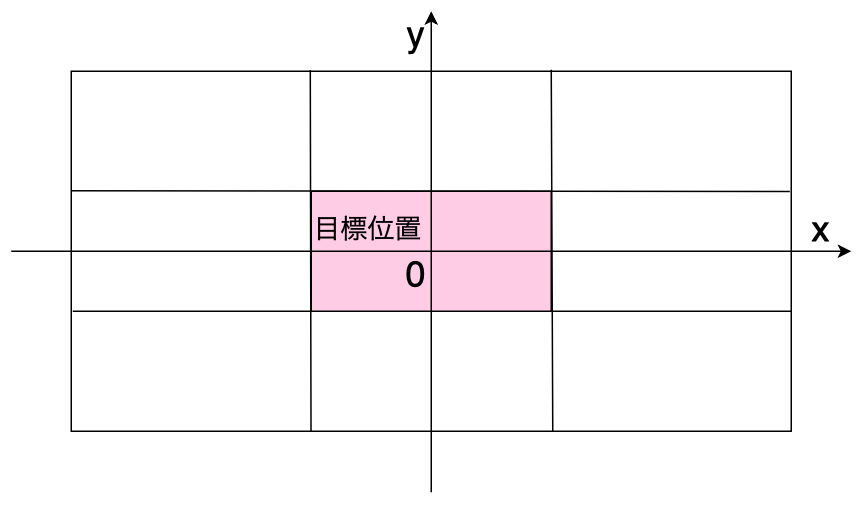
The draw.io diagram images/kawarobo/zahyou.drawio.png in yaotaim/kawarobo.github.io, before a commit. Source tidied: cells renumbered, new cells last; positions are measured from the earlier drawing's top-left corner, leaving out a move shared by most shapes. Source of this version:
```xml
<mxGraphModel>
  <root>
    <mxCell id="0" />
    <mxCell id="1" parent="0" />
    <mxCell id="2" style="rounded=0;whiteSpace=wrap;html=1;" parent="1" vertex="1">
      <mxGeometry x="40" y="40" width="480" height="240" as="geometry" />
    </mxCell>
    <mxCell id="3" style="endArrow=none;html=1;rounded=0;entryX=0.332;entryY=-0.003;entryDx=0;entryDy=0;exitX=0.333;exitY=1.001;exitDx=0;exitDy=0;entryPerimeter=0;exitPerimeter=0;" parent="1" edge="1" source="2" target="2">
      <mxGeometry relative="1" as="geometry" />
    </mxCell>
    <mxCell id="4" style="endArrow=none;html=1;rounded=0;entryX=0.332;entryY=-0.003;entryDx=0;entryDy=0;exitX=0.333;exitY=1.001;exitDx=0;exitDy=0;entryPerimeter=0;exitPerimeter=0;" parent="1" edge="1">
      <mxGeometry relative="1" as="geometry">
        <mxPoint x="361" y="280" as="sourcePoint" />
        <mxPoint x="360" y="39" as="targetPoint" />
      </mxGeometry>
    </mxCell>
    <mxCell id="5" style="endArrow=none;html=1;rounded=0;entryX=0.998;entryY=0.334;entryDx=0;entryDy=0;entryPerimeter=0;exitX=0;exitY=0.332;exitDx=0;exitDy=0;exitPerimeter=0;" parent="1" edge="1" source="2" target="2">
      <mxGeometry relative="1" as="geometry" />
    </mxCell>
    <mxCell id="6" style="endArrow=none;html=1;rounded=0;entryX=0.998;entryY=0.334;entryDx=0;entryDy=0;entryPerimeter=0;exitX=0;exitY=0.332;exitDx=0;exitDy=0;exitPerimeter=0;" parent="1" edge="1">
      <mxGeometry relative="1" as="geometry">
        <mxPoint x="41" y="200" as="sourcePoint" />
        <mxPoint x="520" y="200" as="targetPoint" />
      </mxGeometry>
    </mxCell>
    <mxCell id="7" style="rounded=0;whiteSpace=wrap;html=1;fillColor=#FFCCE6;" parent="1" vertex="1">
      <mxGeometry x="200" y="120" width="160" height="80" as="geometry" />
    </mxCell>
    <mxCell id="8" style="endArrow=classic;html=1;rounded=0;" parent="1" edge="1">
      <mxGeometry relative="1" as="geometry">
        <mxPoint y="160" as="sourcePoint" />
        <mxPoint x="560" y="160" as="targetPoint" />
      </mxGeometry>
    </mxCell>
    <mxCell id="9" style="endArrow=classic;html=1;rounded=0;" parent="1" edge="1">
      <mxGeometry relative="1" as="geometry">
        <mxPoint x="280" y="320.7" as="sourcePoint" />
        <mxPoint x="280" as="targetPoint" />
      </mxGeometry>
    </mxCell>
    <mxCell id="10" value="&lt;font style=&quot;font-size: 24px;&quot;&gt;0&lt;/font&gt;" style="text;html=1;align=center;verticalAlign=middle;whiteSpace=wrap;rounded=0;" parent="1" vertex="1">
      <mxGeometry x="240" y="160" width="60" height="30" as="geometry" />
    </mxCell>
    <mxCell id="11" value="&lt;font style=&quot;font-size: 18px;&quot;&gt;目標位置&lt;/font&gt;" style="text;html=1;align=center;verticalAlign=middle;whiteSpace=wrap;rounded=0;" parent="1" vertex="1">
      <mxGeometry x="183" y="130" width="110" height="30" as="geometry" />
    </mxCell>
    <mxCell id="12" value="&lt;font style=&quot;font-size: 24px;&quot;&gt;x&lt;/font&gt;" style="text;html=1;align=center;verticalAlign=middle;whiteSpace=wrap;rounded=0;" parent="1" vertex="1">
      <mxGeometry x="510" y="130" width="60" height="30" as="geometry" />
    </mxCell>
    <mxCell id="13" value="&lt;font style=&quot;font-size: 24px;&quot;&gt;y&lt;/font&gt;" style="text;html=1;align=center;verticalAlign=middle;whiteSpace=wrap;rounded=0;" parent="1" vertex="1">
      <mxGeometry x="240" width="60" height="30" as="geometry" />
    </mxCell>
  </root>
</mxGraphModel>
```
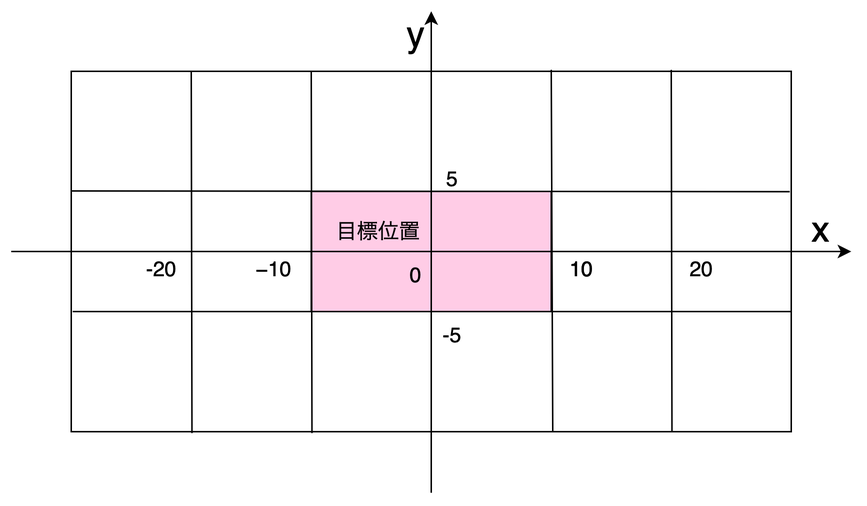
After the change.

Change to the diagram source:
```diff
@@ -2,47 +2,50 @@
   <root>
     <mxCell id="0" />
     <mxCell id="1" parent="0" />
-    <mxCell id="2" style="rounded=0;whiteSpace=wrap;html=1;" parent="1" vertex="1">
-      <mxGeometry x="40" y="40" width="480" height="240" as="geometry" />
-    </mxCell>
-    <mxCell id="3" style="endArrow=none;html=1;rounded=0;entryX=0.332;entryY=-0.003;entryDx=0;entryDy=0;exitX=0.333;exitY=1.001;exitDx=0;exitDy=0;entryPerimeter=0;exitPerimeter=0;" parent="1" edge="1" source="2" target="2">
-      <mxGeometry relative="1" as="geometry" />
-    </mxCell>
-    <mxCell id="4" style="endArrow=none;html=1;rounded=0;entryX=0.332;entryY=-0.003;entryDx=0;entryDy=0;exitX=0.333;exitY=1.001;exitDx=0;exitDy=0;entryPerimeter=0;exitPerimeter=0;" parent="1" edge="1">
-      <mxGeometry relative="1" as="geometry">
-        <mxPoint x="361" y="280" as="sourcePoint" />
-        <mxPoint x="360" y="39" as="targetPoint" />
-      </mxGeometry>
-    </mxCell>
-    <mxCell id="5" style="endArrow=none;html=1;rounded=0;entryX=0.998;entryY=0.334;entryDx=0;entryDy=0;entryPerimeter=0;exitX=0;exitY=0.332;exitDx=0;exitDy=0;exitPerimeter=0;" parent="1" edge="1" source="2" target="2">
-      <mxGeometry relative="1" as="geometry" />
-    </mxCell>
-    <mxCell id="6" style="endArrow=none;html=1;rounded=0;entryX=0.998;entryY=0.334;entryDx=0;entryDy=0;entryPerimeter=0;exitX=0;exitY=0.332;exitDx=0;exitDy=0;exitPerimeter=0;" parent="1" edge="1">
-      <mxGeometry relative="1" as="geometry">
-        <mxPoint x="41" y="200" as="sourcePoint" />
-        <mxPoint x="520" y="200" as="targetPoint" />
-      </mxGeometry>
-    </mxCell>
-    <mxCell id="7" style="rounded=0;whiteSpace=wrap;html=1;fillColor=#FFCCE6;" parent="1" vertex="1">
-      <mxGeometry x="200" y="120" width="160" height="80" as="geometry" />
-    </mxCell>
-    <mxCell id="8" style="endArrow=classic;html=1;rounded=0;" parent="1" edge="1">
-      <mxGeometry relative="1" as="geometry">
-        <mxPoint y="160" as="sourcePoint" />
-        <mxPoint x="560" y="160" as="targetPoint" />
-      </mxGeometry>
-    </mxCell>
-    <mxCell id="9" style="endArrow=classic;html=1;rounded=0;" parent="1" edge="1">
-      <mxGeometry relative="1" as="geometry">
-        <mxPoint x="280" y="320.7" as="sourcePoint" />
-        <mxPoint x="280" as="targetPoint" />
-      </mxGeometry>
-    </mxCell>
+    <mxCell id="14" style="rounded=0;whiteSpace=wrap;html=1;" parent="1" vertex="1">
+      <mxGeometry x="40" y="40" width="480" height="240" as="geometry" />
+    </mxCell>
+    <mxCell id="15" style="endArrow=none;html=1;rounded=0;entryX=0.332;entryY=-0.003;entryDx=0;entryDy=0;exitX=0.333;exitY=1.001;exitDx=0;exitDy=0;entryPerimeter=0;exitPerimeter=0;" parent="1" edge="1">
+      <mxGeometry relative="1" as="geometry">
+        <mxPoint x="120.5" y="281" as="sourcePoint" />
+        <mxPoint x="120" y="40" as="targetPoint" />
+      </mxGeometry>
+    </mxCell>
+    <mxCell id="16" style="endArrow=none;html=1;rounded=0;entryX=0.332;entryY=-0.003;entryDx=0;entryDy=0;exitX=0.333;exitY=1.001;exitDx=0;exitDy=0;entryPerimeter=0;exitPerimeter=0;" parent="1" edge="1">
+      <mxGeometry relative="1" as="geometry">
+        <mxPoint x="361" y="280" as="sourcePoint" />
+        <mxPoint x="360" y="39" as="targetPoint" />
+      </mxGeometry>
+    </mxCell>
+    <mxCell id="17" style="endArrow=none;html=1;rounded=0;entryX=0.998;entryY=0.334;entryDx=0;entryDy=0;entryPerimeter=0;exitX=0;exitY=0.332;exitDx=0;exitDy=0;exitPerimeter=0;" parent="1" edge="1" source="14" target="14">
+      <mxGeometry relative="1" as="geometry" />
+    </mxCell>
+    <mxCell id="18" style="endArrow=none;html=1;rounded=0;entryX=0.998;entryY=0.334;entryDx=0;entryDy=0;entryPerimeter=0;exitX=0;exitY=0.332;exitDx=0;exitDy=0;exitPerimeter=0;" parent="1" edge="1">
+      <mxGeometry relative="1" as="geometry">
+        <mxPoint x="41" y="200" as="sourcePoint" />
+        <mxPoint x="520" y="200" as="targetPoint" />
+      </mxGeometry>
+    </mxCell>
+    <mxCell id="19" style="rounded=0;whiteSpace=wrap;html=1;fillColor=#FFCCE6;" parent="1" vertex="1">
+      <mxGeometry x="200" y="120" width="160" height="80" as="geometry" />
+    </mxCell>
+    <mxCell id="20" style="endArrow=classic;html=1;rounded=0;" parent="1" edge="1">
+      <mxGeometry relative="1" as="geometry">
+        <mxPoint y="160" as="sourcePoint" />
+        <mxPoint x="560" y="160" as="targetPoint" />
+      </mxGeometry>
+    </mxCell>
+    <mxCell id="21" style="endArrow=classic;html=1;rounded=0;" parent="1" edge="1">
+      <mxGeometry relative="1" as="geometry">
+        <mxPoint x="280" y="320.7" as="sourcePoint" />
+        <mxPoint x="280" as="targetPoint" />
+      </mxGeometry>
+    </mxCell>
-    <mxCell id="10" value="&lt;font style=&quot;font-size: 24px;&quot;&gt;0&lt;/font&gt;" style="text;html=1;align=center;verticalAlign=middle;whiteSpace=wrap;rounded=0;" parent="1" vertex="1">
+    <mxCell id="10" value="&lt;font style=&quot;font-size: 14px;&quot;&gt;0&lt;/font&gt;" style="text;html=1;align=center;verticalAlign=middle;whiteSpace=wrap;rounded=0;" parent="1" vertex="1">
       <mxGeometry x="240" y="160" width="60" height="30" as="geometry" />
     </mxCell>
-    <mxCell id="11" value="&lt;font style=&quot;font-size: 18px;&quot;&gt;目標位置&lt;/font&gt;" style="text;html=1;align=center;verticalAlign=middle;whiteSpace=wrap;rounded=0;" parent="1" vertex="1">
-      <mxGeometry x="183" y="130" width="110" height="30" as="geometry" />
+    <mxCell id="11" value="&lt;font style=&quot;font-size: 14px;&quot;&gt;目標位置&lt;/font&gt;" style="text;html=1;align=center;verticalAlign=middle;whiteSpace=wrap;rounded=0;" parent="1" vertex="1">
+      <mxGeometry x="190" y="131" width="110" height="30" as="geometry" />
     </mxCell>
     <mxCell id="12" value="&lt;font style=&quot;font-size: 24px;&quot;&gt;x&lt;/font&gt;" style="text;html=1;align=center;verticalAlign=middle;whiteSpace=wrap;rounded=0;" parent="1" vertex="1">
       <mxGeometry x="510" y="130" width="60" height="30" as="geometry" />
@@ -50,5 +53,38 @@
     <mxCell id="13" value="&lt;font style=&quot;font-size: 24px;&quot;&gt;y&lt;/font&gt;" style="text;html=1;align=center;verticalAlign=middle;whiteSpace=wrap;rounded=0;" parent="1" vertex="1">
       <mxGeometry x="240" width="60" height="30" as="geometry" />
     </mxCell>
+    <mxCell id="22" style="endArrow=none;html=1;rounded=0;entryX=0.332;entryY=-0.003;entryDx=0;entryDy=0;exitX=0.333;exitY=1.001;exitDx=0;exitDy=0;entryPerimeter=0;exitPerimeter=0;" parent="1" edge="1">
+      <mxGeometry relative="1" as="geometry">
+        <mxPoint x="200.5" y="281" as="sourcePoint" />
+        <mxPoint x="200" y="40" as="targetPoint" />
+      </mxGeometry>
+    </mxCell>
+    <mxCell id="23" style="endArrow=none;html=1;rounded=0;entryX=0.332;entryY=-0.003;entryDx=0;entryDy=0;exitX=0.333;exitY=1.001;exitDx=0;exitDy=0;entryPerimeter=0;exitPerimeter=0;" parent="1" edge="1">
+      <mxGeometry relative="1" as="geometry">
+        <mxPoint x="440.5" y="280" as="sourcePoint" />
+        <mxPoint x="440" y="39" as="targetPoint" />
+      </mxGeometry>
+    </mxCell>
+    <mxCell id="24" value="&lt;font style=&quot;font-size: 14px;&quot;&gt;−10&lt;/font&gt;" style="text;html=1;align=center;verticalAlign=middle;strokeColor=none;fillColor=none;" parent="1" vertex="1">
+      <mxGeometry x="150" y="156" width="50" height="30" as="geometry" />
+    </mxCell>
+    <mxCell id="25" value="&lt;font style=&quot;font-size: 14px;&quot;&gt;-20&lt;/font&gt;" style="text;html=1;align=center;verticalAlign=middle;strokeColor=none;fillColor=none;" parent="1" vertex="1">
+      <mxGeometry x="80" y="156" width="40" height="30" as="geometry" />
+    </mxCell>
+    <mxCell id="26" value="&lt;font style=&quot;font-size: 14px;&quot;&gt;10&lt;/font&gt;" style="text;html=1;align=center;verticalAlign=middle;strokeColor=none;fillColor=none;" parent="1" vertex="1">
+      <mxGeometry x="360" y="156" width="40" height="30" as="geometry" />
+    </mxCell>
+    <mxCell id="27" value="&lt;font style=&quot;font-size: 14px;&quot;&gt;20&lt;/font&gt;" style="text;html=1;align=center;verticalAlign=middle;strokeColor=none;fillColor=none;" parent="1" vertex="1">
+      <mxGeometry x="440" y="156" width="40" height="30" as="geometry" />
+    </mxCell>
+    <mxCell id="28" value="&lt;font style=&quot;font-size: 14px;&quot;&gt;5&lt;/font&gt;&lt;span style=&quot;caret-color: rgba(0, 0, 0, 0); color: rgba(0, 0, 0, 0); font-family: monospace; font-size: 0px; text-align: start;&quot;&gt;%3CmxGraphModel%3E%3Croot%3E%3CmxCell%20id%3D%220%22%2F%3E%3CmxCell%20id%3D%221%22%20parent%3D%220%22%2F%3E%3CmxCell%20id%3D%222%22%20value%3D%22%26lt%3Bfont%20style%3D%26quot%3Bfont-size%3A%2014px%3B%26quot%3B%26gt%3B10%26lt%3B%2Ffont%26gt%3B%22%20style%3D%22text%3Bhtml%3D1%3Balign%3Dcenter%3BverticalAlign%3Dmiddle%3Bresizable%3D0%3Bpoints%3D%5B%5D%3Bautosize%3D1%3BstrokeColor%3Dnone%3BfillColor%3Dnone%3B%22%20vertex%3D%221%22%20parent%3D%221%22%3E%3CmxGeometry%20x%3D%22480%22%20y%3D%22580%22%20width%3D%2240%22%20height%3D%2230%22%20as%3D%22geometry%22%2F%3E%3C%2FmxCell%3E%3C%2Froot%3E%3C%2FmxGraphModel%3E&lt;/span&gt;" style="text;html=1;align=center;verticalAlign=middle;strokeColor=none;fillColor=none;" parent="1" vertex="1">
+      <mxGeometry x="279" y="96" width="30" height="30" as="geometry" />
+    </mxCell>
+    <mxCell id="29" value="&lt;font style=&quot;font-size: 14px;&quot;&gt;10&lt;/font&gt;" style="text;html=1;align=center;verticalAlign=middle;strokeColor=none;fillColor=none;" parent="1" vertex="1">
+      <mxGeometry x="360" y="156" width="40" height="30" as="geometry" />
+    </mxCell>
+    <mxCell id="30" value="&lt;font style=&quot;font-size: 14px;&quot;&gt;-5&lt;/font&gt;" style="text;html=1;align=center;verticalAlign=middle;strokeColor=none;fillColor=none;" parent="1" vertex="1">
+      <mxGeometry x="274" y="200" width="40" height="30" as="geometry" />
+    </mxCell>
   </root>
 </mxGraphModel>
```
